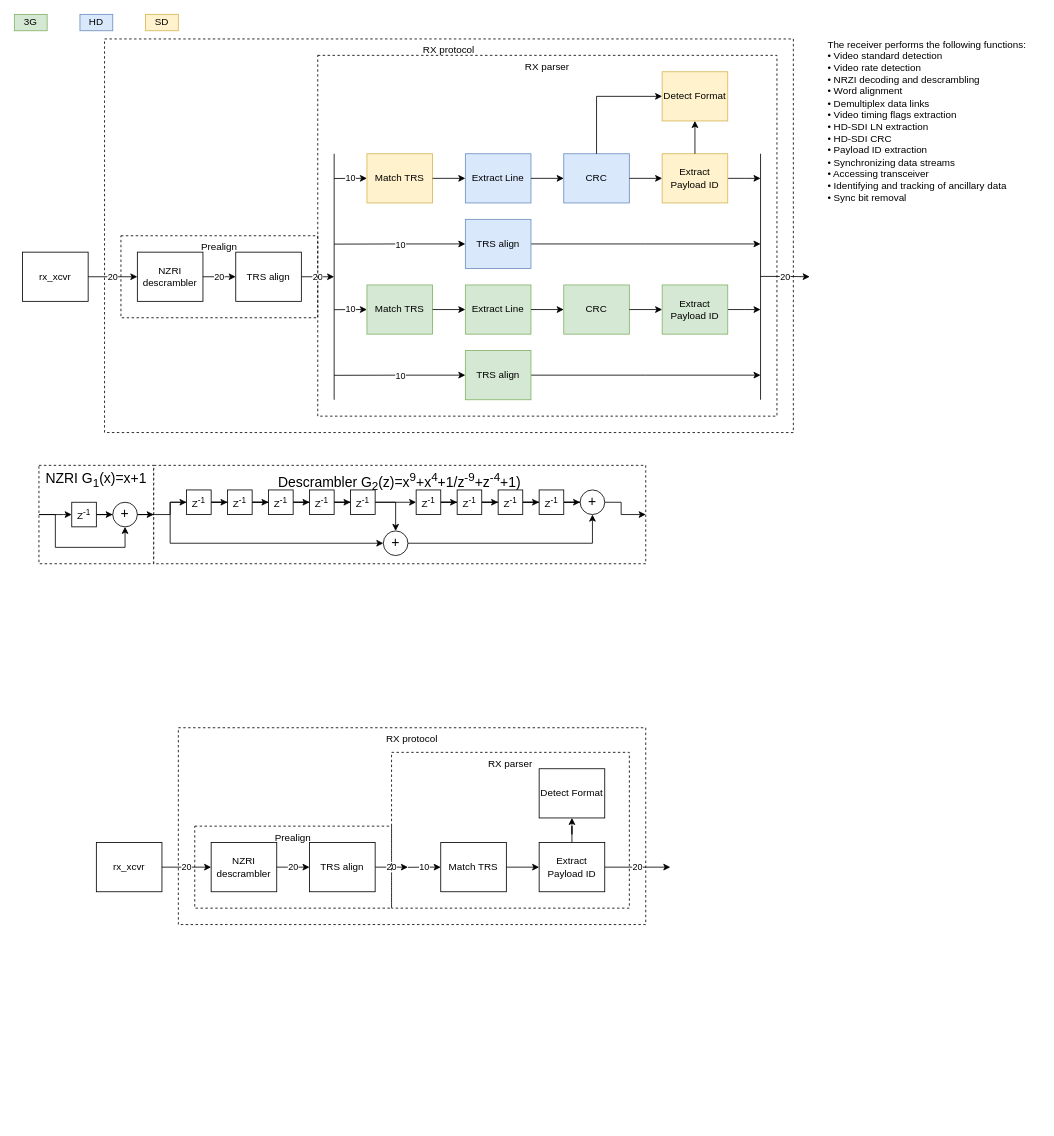
This is page "rx" (2 of 4) of doc/SDI.drawio from GedSid/SDI, a draw.io file, before an edit. Source tidied: cells renumbered, new cells numbered last; positions are measured from the earlier drawing's top-left corner, leaving out a move shared by most shapes. Both pictures are drawn from the tidied source at 82%, with x=0, y=0 at pixel (14, 14).
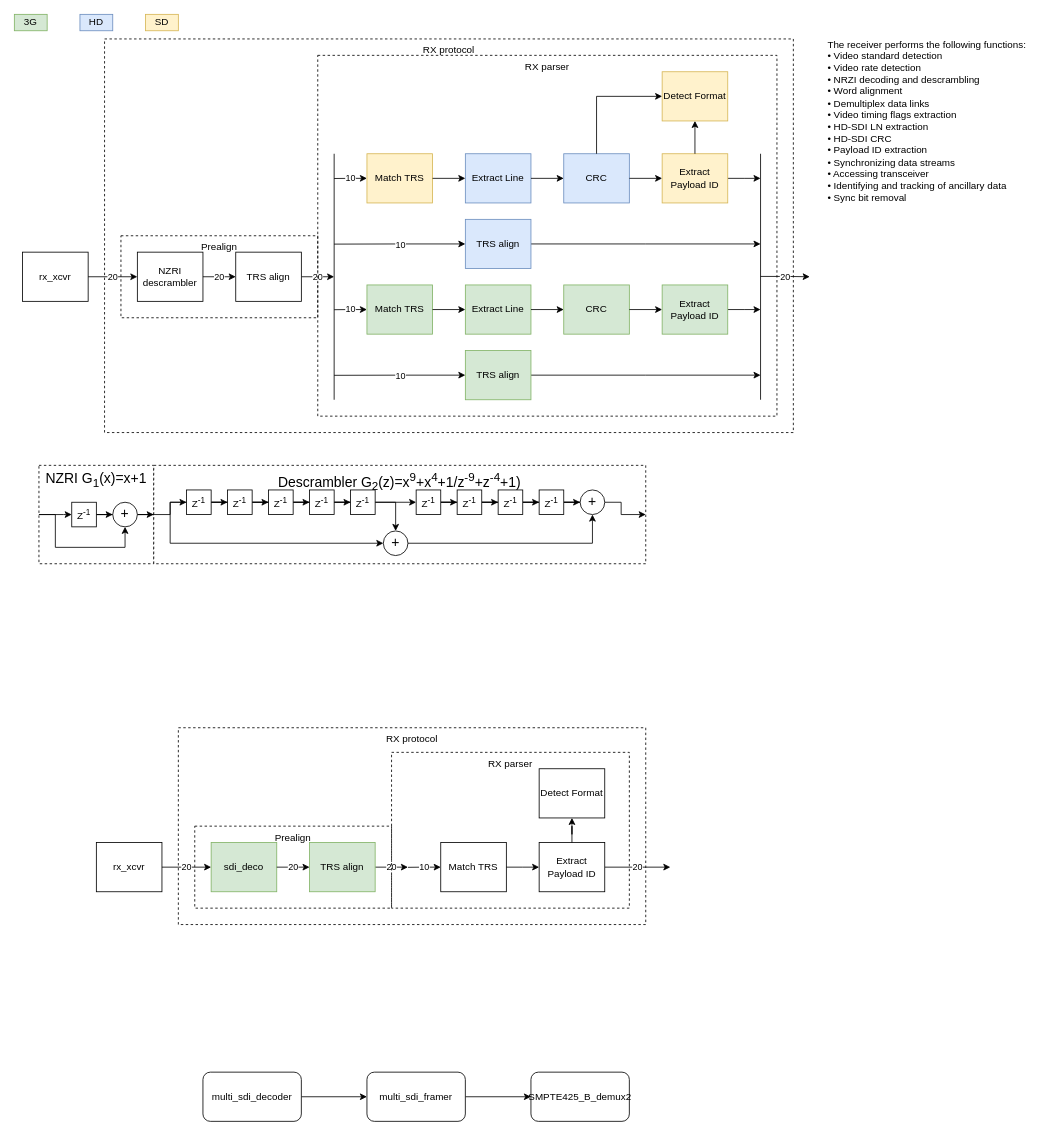
The same page after the edit.

Commit message (it also covers changes not shown here):
Se termina toda la etapa de entrada inicial decoder y alineamiento por TRS

The change refers to these unchanged cells:
```xml
<mxCell id="82" style="group;" parent="1" vertex="1">
  <mxGeometry x="220" y="990" width="260" height="100" as="geometry" />
</mxCell>
```

Diff of the diagram source:
```diff
@@
-    <mxCell id="84" value="NZRI descrambler" style="rounded=0;whiteSpace=wrap;html=1;" parent="82" vertex="1">
+    <mxCell id="84" value="sdi_deco" style="rounded=0;whiteSpace=wrap;html=1;fillColor=#d5e8d4;strokeColor=#82b366;" parent="82" vertex="1">
       <mxGeometry x="20" y="20" width="80" height="60" as="geometry" />
     </mxCell>
@@
-    <mxCell id="86" value="TRS align" style="rounded=0;whiteSpace=wrap;html=1;" parent="82" vertex="1">
+    <mxCell id="86" value="TRS align" style="rounded=0;whiteSpace=wrap;html=1;fillColor=#d5e8d4;strokeColor=#82b366;" parent="82" vertex="1">
       <mxGeometry x="140" y="20" width="80" height="60" as="geometry" />
     </mxCell>
@@
+    <mxCell id="97" style="edgeStyle=orthogonalEdgeStyle;rounded=0;jettySize=auto;html=1;" parent="1" edge="1" source="98" target="100">
+      <mxGeometry relative="1" as="geometry" />
+    </mxCell>
+    <mxCell id="98" value="multi_sdi_decoder" style="rounded=1;whiteSpace=wrap;html=1;" parent="1" vertex="1">
+      <mxGeometry x="230" y="1290" width="120" height="60" as="geometry" />
+    </mxCell>
+    <mxCell id="99" style="edgeStyle=orthogonalEdgeStyle;rounded=0;jettySize=auto;html=1;" parent="1" edge="1" source="100" target="101">
+      <mxGeometry relative="1" as="geometry" />
+    </mxCell>
+    <mxCell id="100" value="multi_sdi_framer" style="rounded=1;whiteSpace=wrap;html=1;" parent="1" vertex="1">
+      <mxGeometry x="430" y="1290" width="120" height="60" as="geometry" />
+    </mxCell>
+    <mxCell id="101" value="SMPTE425_B_demux2" style="rounded=1;whiteSpace=wrap;html=1;" parent="1" vertex="1">
+      <mxGeometry x="630" y="1290" width="120" height="60" as="geometry" />
+    </mxCell>
```
